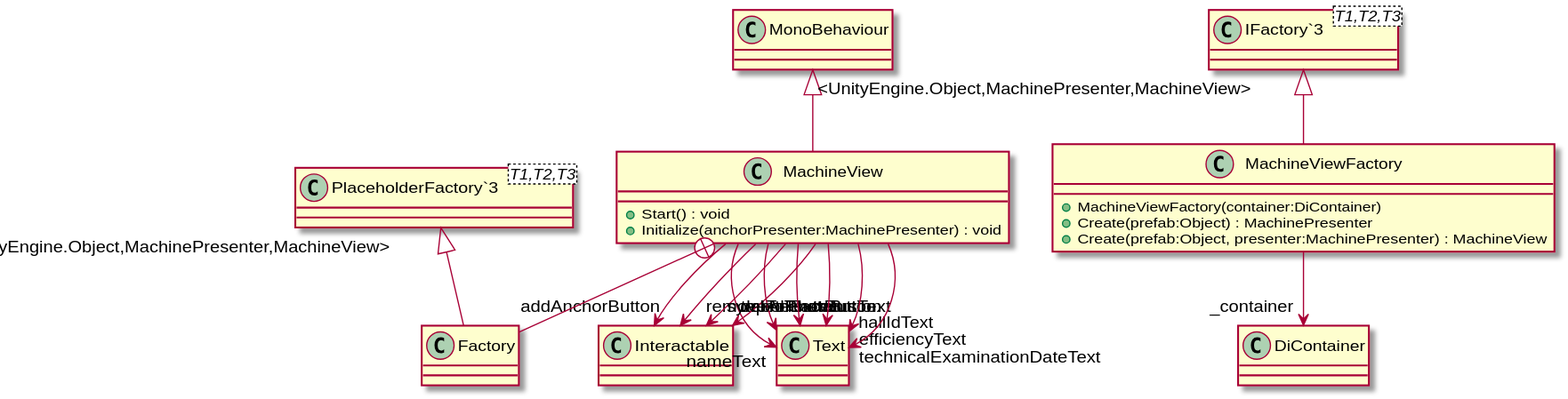
Above: UML/views/MachineView.svg in DeNatur/ProductionFloorVisualization (PlantUML), before the change.
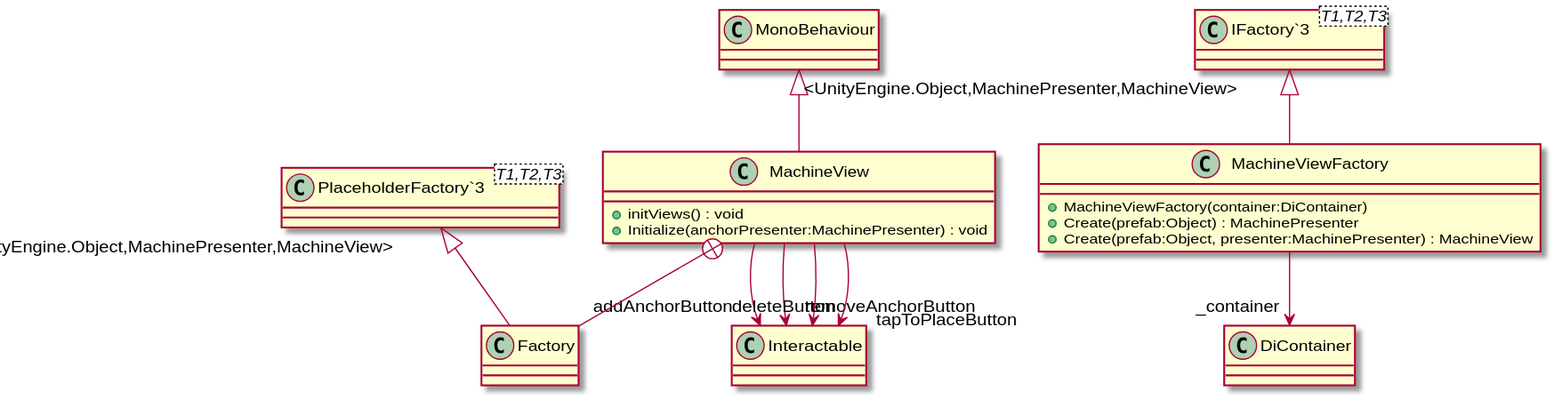
After the change.

Commit message:
Generate UML (Generate UML)

Change to the diagram source:
```diff
@@ -1,6 +1,6 @@
 @startuml
 class MachineView {
-    + Start() : void
+    + initViews() : void
     + Initialize(anchorPresenter:MachinePresenter) : void
 }
 class MachineViewFactory {
@@ -18,12 +18,6 @@
 MachineView --> "addAnchorButton" Interactable
 MachineView --> "removeAnchorButton" Interactable
 MachineView --> "tapToPlaceButton" Interactable
-MachineView --> "nameText" Text
-MachineView --> "symbolText" Text
-MachineView --> "statusText" Text
-MachineView --> "hallIdText" Text
-MachineView --> "efficiencyText" Text
-MachineView --> "technicalExaminationDateText" Text
 MachineView --> "deleteButton" Interactable
 "IFactory`3" "<UnityEngine.Object,MachinePresenter,MachineView>" <|-- MachineViewFactory
 MachineViewFactory --> "_container" DiContainer
```
